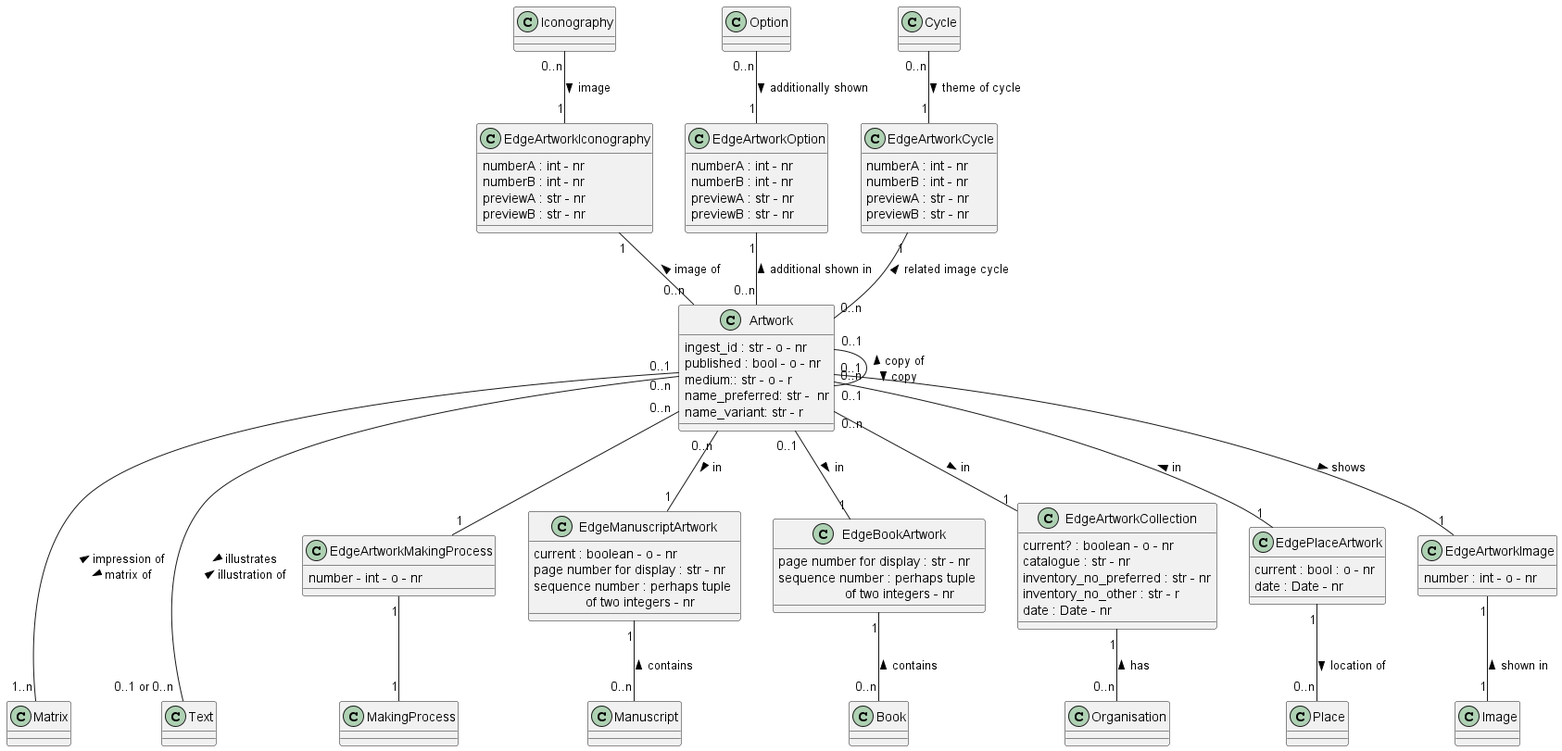
Earlier version of the PlantUML export documentation/class_diagrams/Artwork.png (tmasch/bpf_be).
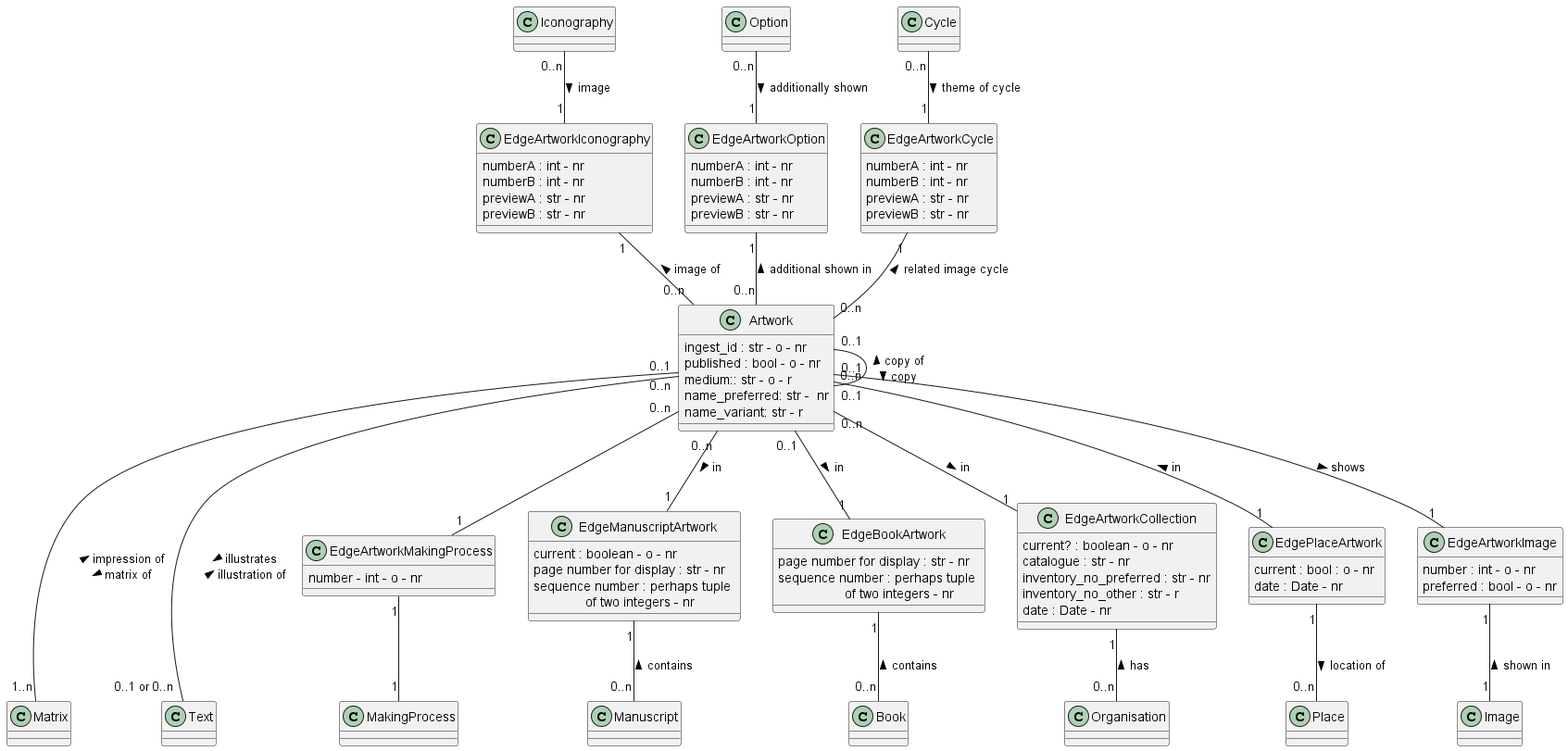
The same diagram one commit later.

What changed in the source:
```diff
@@ -73,6 +73,7 @@
 
 class EdgeArtworkImage
 EdgeArtworkImage : number : int - o - nr
+EdgeArtworkImage : preferred : bool - o - nr
 
 Iconography "0..n" -- "1" EdgeArtworkIconography : image >
 EdgeArtworkIconography "1" -- "0..n" Artwork : image of <
```
